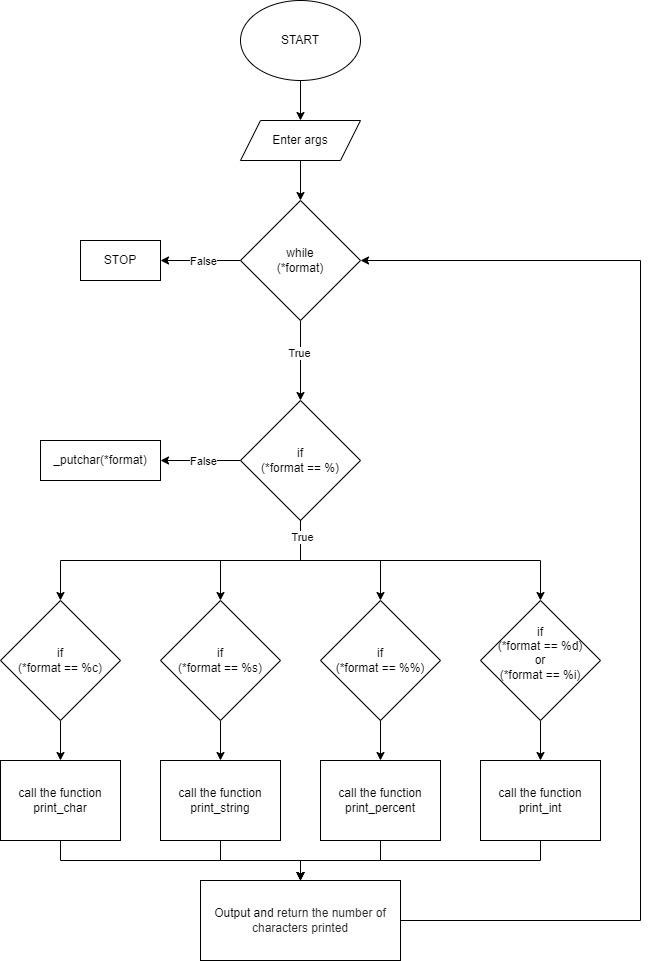
Earlier version of the draw.io export printf_flowchart.png (AnthonyCointre/holbertonschool-printf). Source tidied: cells renumbered, new cells last; positions are measured from the earlier drawing's top-left corner, leaving out a move shared by most shapes.
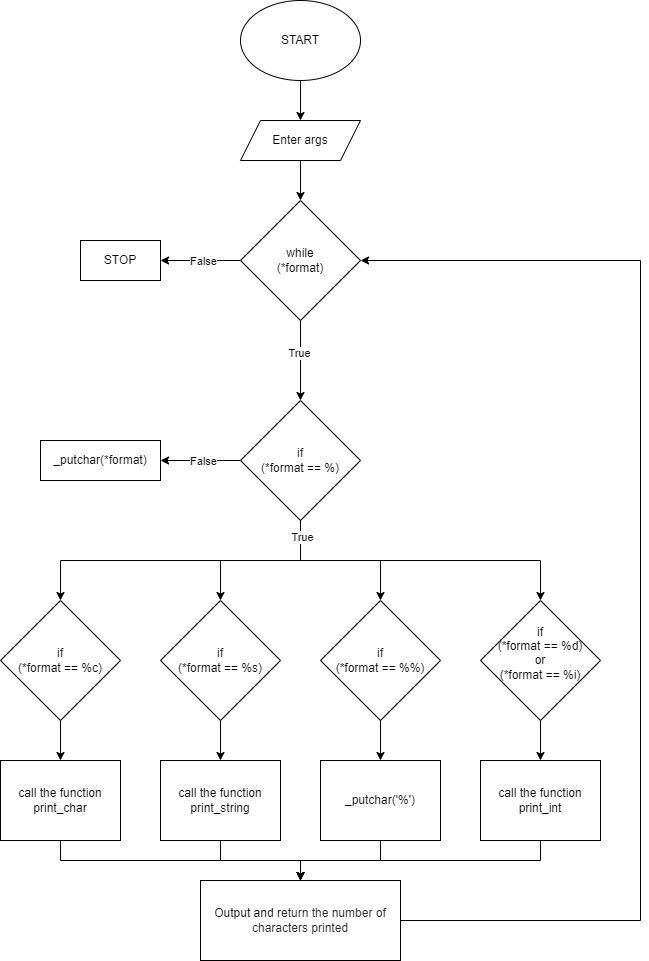
The same diagram one commit later.

Commit message:
creation flowchart

Change to the diagram source:
```diff
@@ -1,4 +1,4 @@
-<mxGraphModel background="#ffffff">
+<mxGraphModel background="#FFFFFF">
   <root>
     <mxCell id="0" />
     <mxCell id="1" parent="0" />
@@ -83,7 +83,7 @@
     <mxCell id="28" style="edgeStyle=orthogonalEdgeStyle;rounded=0;jettySize=auto;html=1;exitX=0.5;exitY=1;exitDx=0;exitDy=0;entryX=0.5;entryY=0;entryDx=0;entryDy=0;" parent="1" edge="1" source="29" target="36">
       <mxGeometry relative="1" as="geometry" />
     </mxCell>
-    <mxCell id="29" value="call the function print_percent" style="rounded=0;whiteSpace=wrap;html=1;" parent="1" vertex="1">
+    <mxCell id="29" value="_putchar('%')" style="rounded=0;whiteSpace=wrap;html=1;" parent="1" vertex="1">
       <mxGeometry x="320" y="760" width="120" height="80" as="geometry" />
     </mxCell>
     <mxCell id="30" value="call the function print_int" style="rounded=0;whiteSpace=wrap;html=1;" parent="1" vertex="1">
```
